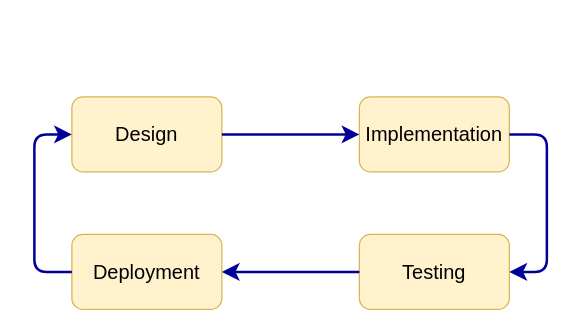
Earlier version of the draw.io diagram images/diagrams.drawio (bandpeycom/architecture-design-principles). Source tidied: cells renumbered, new cells numbered last; positions are measured from the earlier drawing's top-left corner, leaving out a move shared by most shapes. Both pictures are drawn from the tidied source at 125%, with x=0, y=0 at pixel (34, 96).
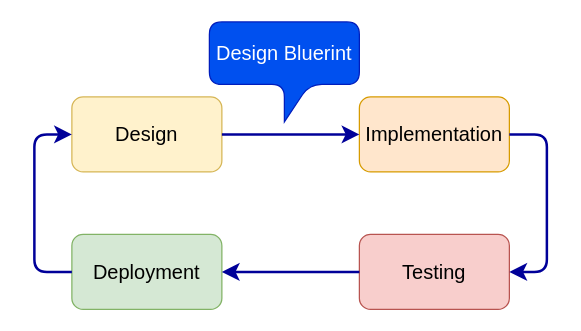
After the change.

Diff of the diagram source:
```diff
@@
 <mxGraphModel>
   <root>
     <mxCell id="0" />
     <mxCell id="1" parent="0" />
     <mxCell id="2" value="Design" style="rounded=1;whiteSpace=wrap;html=1;fontSize=16;fillColor=#fff2cc;strokeColor=#d6b656;" parent="1" vertex="1">
       <mxGeometry x="30" width="120" height="60" as="geometry" />
     </mxCell>
-    <mxCell id="3" value="Implementation" style="rounded=1;whiteSpace=wrap;html=1;fontSize=16;fillColor=#fff2cc;strokeColor=#d6b656;" parent="1" vertex="1">
+    <mxCell id="3" value="Implementation" style="rounded=1;whiteSpace=wrap;html=1;fontSize=16;fillColor=#ffe6cc;strokeColor=#d79b00;" parent="1" vertex="1">
       <mxGeometry x="260" width="120" height="60" as="geometry" />
     </mxCell>
-    <mxCell id="4" value="Testing" style="rounded=1;whiteSpace=wrap;html=1;fontSize=16;fillColor=#fff2cc;strokeColor=#d6b656;" parent="1" vertex="1">
+    <mxCell id="4" value="Testing" style="rounded=1;whiteSpace=wrap;html=1;fontSize=16;fillColor=#f8cecc;strokeColor=#b85450;" parent="1" vertex="1">
       <mxGeometry x="260" y="110" width="120" height="60" as="geometry" />
     </mxCell>
-    <mxCell id="5" value="Deployment" style="rounded=1;whiteSpace=wrap;html=1;fontSize=16;fillColor=#fff2cc;strokeColor=#d6b656;" parent="1" vertex="1">
+    <mxCell id="5" value="Deployment" style="rounded=1;whiteSpace=wrap;html=1;fontSize=16;fillColor=#d5e8d4;strokeColor=#82b366;" parent="1" vertex="1">
       <mxGeometry x="30" y="110" width="120" height="60" as="geometry" />
     </mxCell>
     <mxCell id="6" style="endArrow=classic;html=1;rounded=1;fontSize=12;startSize=8;endSize=8;exitX=1;exitY=0.5;exitDx=0;exitDy=0;entryX=0;entryY=0.5;entryDx=0;entryDy=0;strokeWidth=2;strokeColor=#000099;" parent="1" edge="1" source="2" target="3">
       <mxGeometry relative="1" as="geometry" />
     </mxCell>
     <mxCell id="7" style="endArrow=classic;html=1;rounded=1;fontSize=12;startSize=8;endSize=8;exitX=1;exitY=0.5;exitDx=0;exitDy=0;entryX=1;entryY=0.5;entryDx=0;entryDy=0;strokeWidth=2;strokeColor=#000099;" parent="1" edge="1" source="3" target="4">
       <mxGeometry relative="1" as="geometry">
         <Array as="points">
           <mxPoint x="410" y="30" />
           <mxPoint x="410" y="140" />
         </Array>
       </mxGeometry>
     </mxCell>
     <mxCell id="8" style="endArrow=classic;html=1;rounded=1;fontSize=12;startSize=8;endSize=8;exitX=0;exitY=0.5;exitDx=0;exitDy=0;entryX=1;entryY=0.5;entryDx=0;entryDy=0;strokeWidth=2;strokeColor=#000099;" parent="1" edge="1" source="4" target="5">
       <mxGeometry relative="1" as="geometry" />
     </mxCell>
     <mxCell id="9" style="endArrow=classic;html=1;rounded=1;fontSize=12;startSize=8;endSize=8;exitX=0;exitY=0.5;exitDx=0;exitDy=0;entryX=0;entryY=0.5;entryDx=0;entryDy=0;strokeWidth=2;strokeColor=#000099;" parent="1" edge="1" source="5" target="2">
       <mxGeometry relative="1" as="geometry">
         <Array as="points">
           <mxPoint y="140" />
           <mxPoint y="30" />
         </Array>
       </mxGeometry>
     </mxCell>
+    <mxCell id="10" value="Design Bluerint" style="shape=callout;whiteSpace=wrap;html=1;perimeter=calloutPerimeter;fontSize=16;rounded=1;fillColor=#0050ef;strokeColor=#001DBC;fontColor=#ffffff;" parent="1" vertex="1">
+      <mxGeometry x="140" y="-60" width="120" height="80" as="geometry" />
+    </mxCell>
   </root>
 </mxGraphModel>
```
